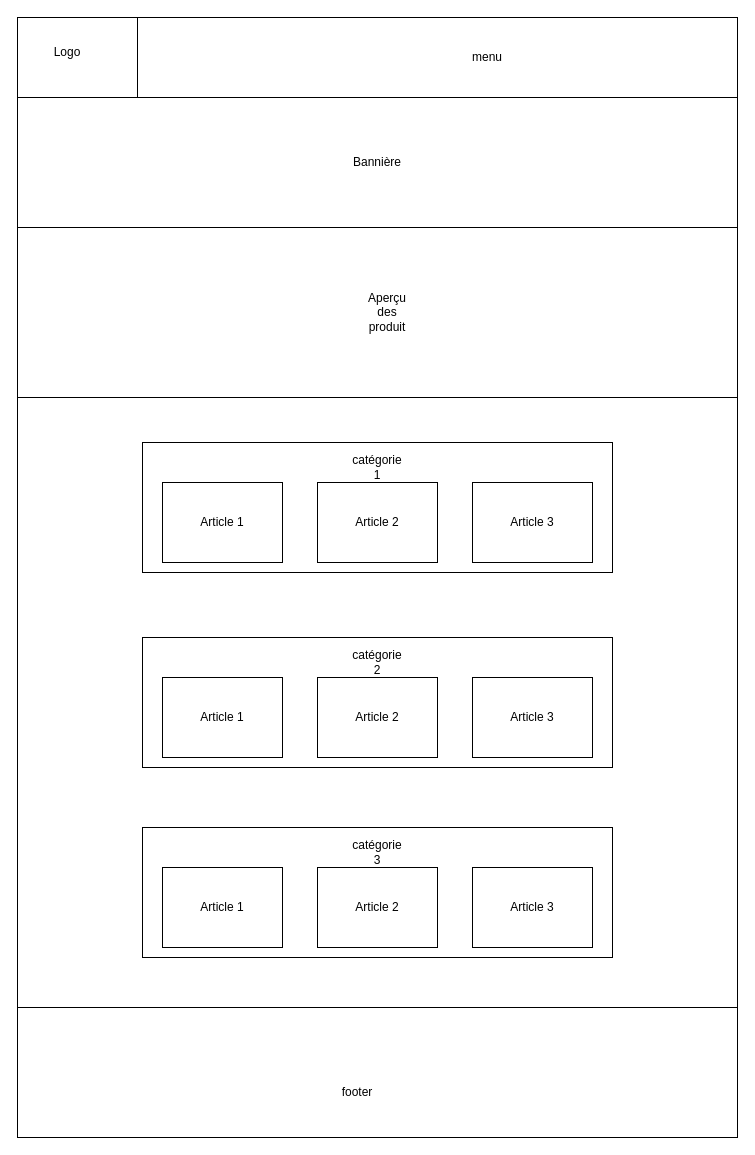
NicolasGlassey/ProjWebLunar keeps this draw.io diagram as documentation/conception/zoning/Home Zoning.drawio. Above is the earlier version. Source tidied: cells renumbered, new cells numbered last; positions are measured from the earlier drawing's top-left corner, leaving out a move shared by most shapes. Both pictures are drawn from the tidied source at 100%, with x=0, y=0 at pixel (17, 17).
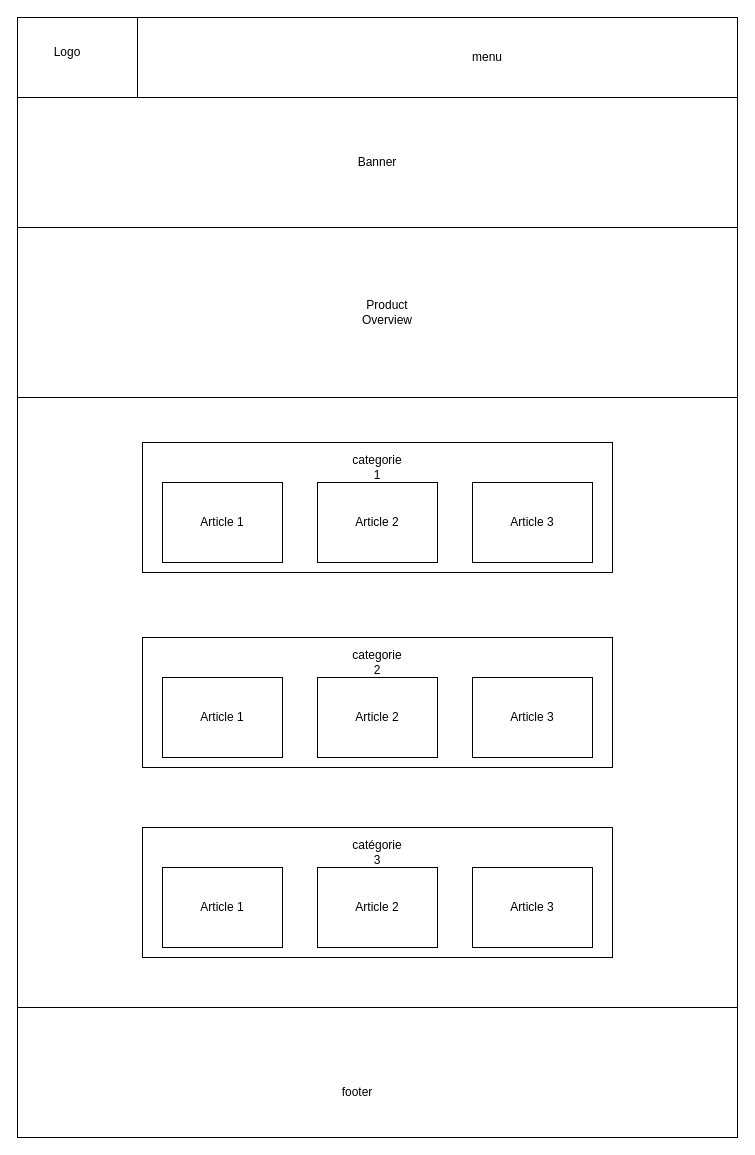
The same diagram, later.

What changed in the source:
```diff
@@
-    <mxCell id="12" value="Bannière" style="text;html=1;strokeColor=none;fillColor=none;align=center;verticalAlign=middle;whiteSpace=wrap;rounded=0;" parent="1" vertex="1">
+    <mxCell id="12" value="Banner" style="text;html=1;strokeColor=none;fillColor=none;align=center;verticalAlign=middle;whiteSpace=wrap;rounded=0;" parent="1" vertex="1">
       <mxGeometry x="330" y="130" width="60" height="30" as="geometry" />
     </mxCell>
@@
-    <mxCell id="14" value="Aperçu des produit" style="text;html=1;strokeColor=none;fillColor=none;align=center;verticalAlign=middle;whiteSpace=wrap;rounded=0;" parent="1" vertex="1">
+    <mxCell id="14" value="Product Overview" style="text;html=1;strokeColor=none;fillColor=none;align=center;verticalAlign=middle;whiteSpace=wrap;rounded=0;" parent="1" vertex="1">
       <mxGeometry x="340" y="280" width="60" height="30" as="geometry" />
     </mxCell>
@@
-    <mxCell id="18" value="catégorie 2" style="text;html=1;strokeColor=none;fillColor=none;align=center;verticalAlign=middle;whiteSpace=wrap;rounded=0;" parent="1" vertex="1">
+    <mxCell id="18" value="categorie 2" style="text;html=1;strokeColor=none;fillColor=none;align=center;verticalAlign=middle;whiteSpace=wrap;rounded=0;" parent="1" vertex="1">
       <mxGeometry x="330" y="630" width="60" height="30" as="geometry" />
     </mxCell>
@@
-    <mxCell id="28" value="catégorie 1" style="text;html=1;strokeColor=none;fillColor=none;align=center;verticalAlign=middle;whiteSpace=wrap;rounded=0;" parent="1" vertex="1">
+    <mxCell id="28" value="categorie 1" style="text;html=1;strokeColor=none;fillColor=none;align=center;verticalAlign=middle;whiteSpace=wrap;rounded=0;" parent="1" vertex="1">
       <mxGeometry x="330" y="435" width="60" height="30" as="geometry" />
     </mxCell>
```
